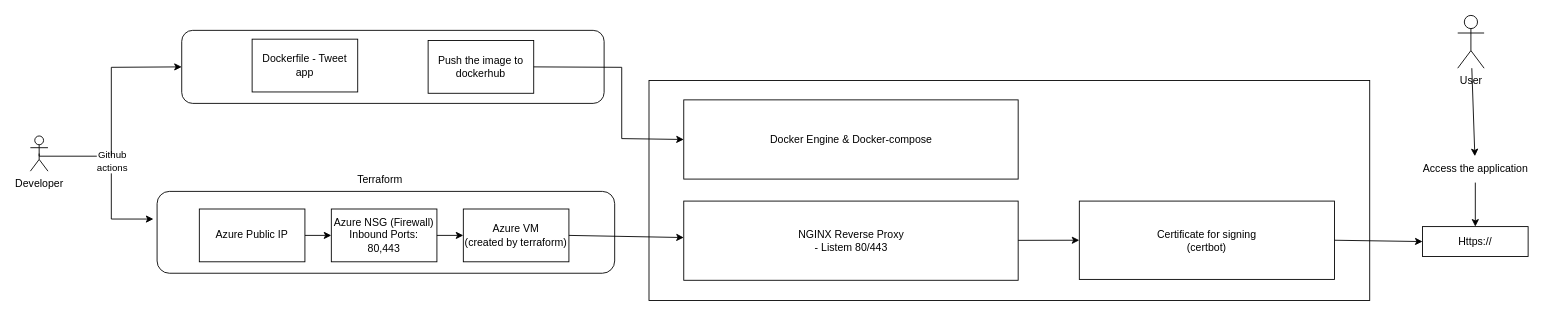
rohittamra/nginx-Reverse-Proxy-with-SSL keeps this draw.io diagram as architectural_diagram.drawio. Above is the earlier version. Source tidied: cells renumbered, new cells numbered last; positions are measured from the earlier drawing's top-left corner, leaving out a move shared by most shapes. Both pictures are drawn from the tidied source at 88%, with x=0, y=0 at pixel (30, 15).
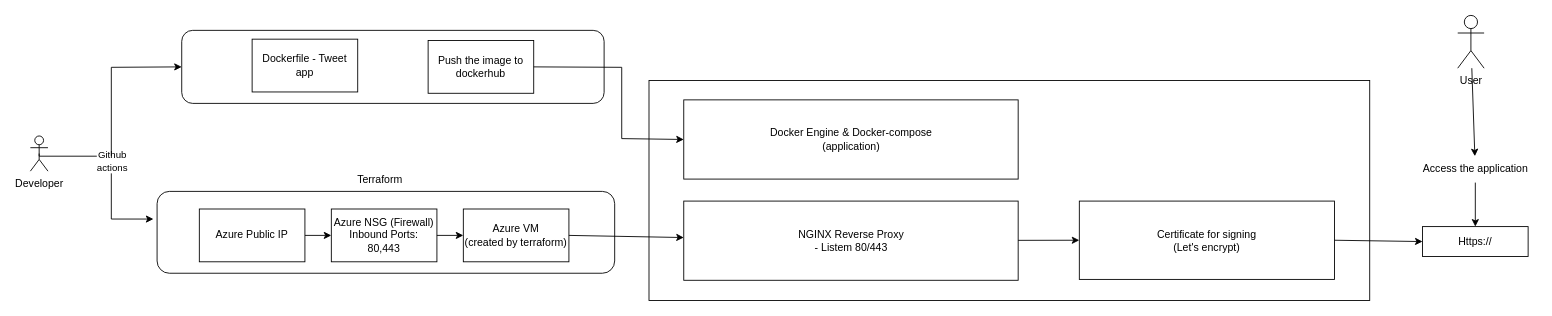
Above is the later version.

What changed in the source:
```diff
@@
-    <mxCell id="14" value="Docker Engine &amp;amp; Docker-compose" style="rounded=0;whiteSpace=wrap;html=1;" parent="1" vertex="1">
+    <mxCell id="14" value="Docker Engine &amp;amp; Docker-compose&lt;br&gt;(application)" style="rounded=0;whiteSpace=wrap;html=1;" parent="1" vertex="1">
       <mxGeometry x="742.5" y="96" width="380" height="90" as="geometry" />
     </mxCell>
@@
-    <mxCell id="16" value="Certificate for signing&lt;br&gt;(certbot)" style="rounded=0;whiteSpace=wrap;html=1;" parent="1" vertex="1">
+    <mxCell id="16" value="Certificate for signing&lt;br&gt;(Let's encrypt)" style="rounded=0;whiteSpace=wrap;html=1;" parent="1" vertex="1">
       <mxGeometry x="1192" y="211" width="290" height="89" as="geometry" />
     </mxCell>
```
